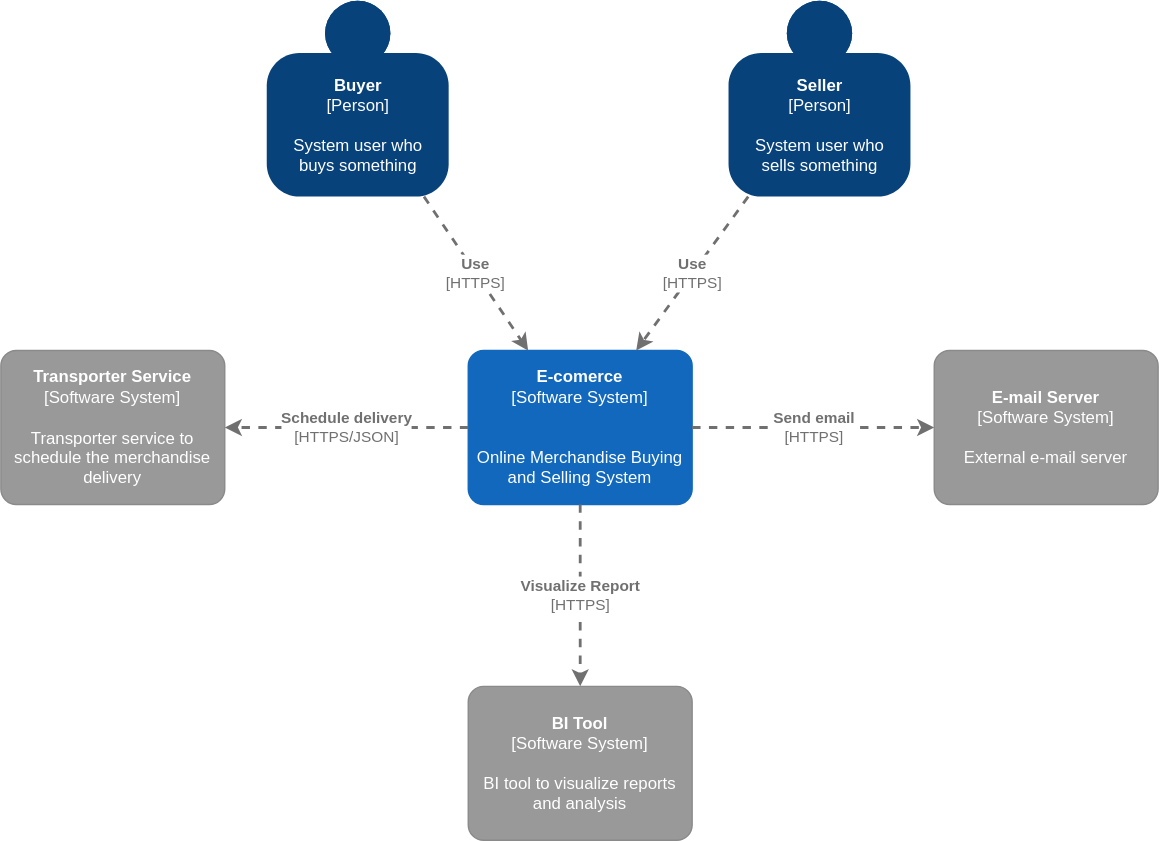
gsdenys/ecomerce-microservice-example keeps this draw.io diagram as docs/images/arch/context.drawio.svg. Above is the earlier version. Source tidied: cells renumbered, new cells last; positions are measured from the earlier drawing's top-left corner, leaving out a move shared by most shapes.
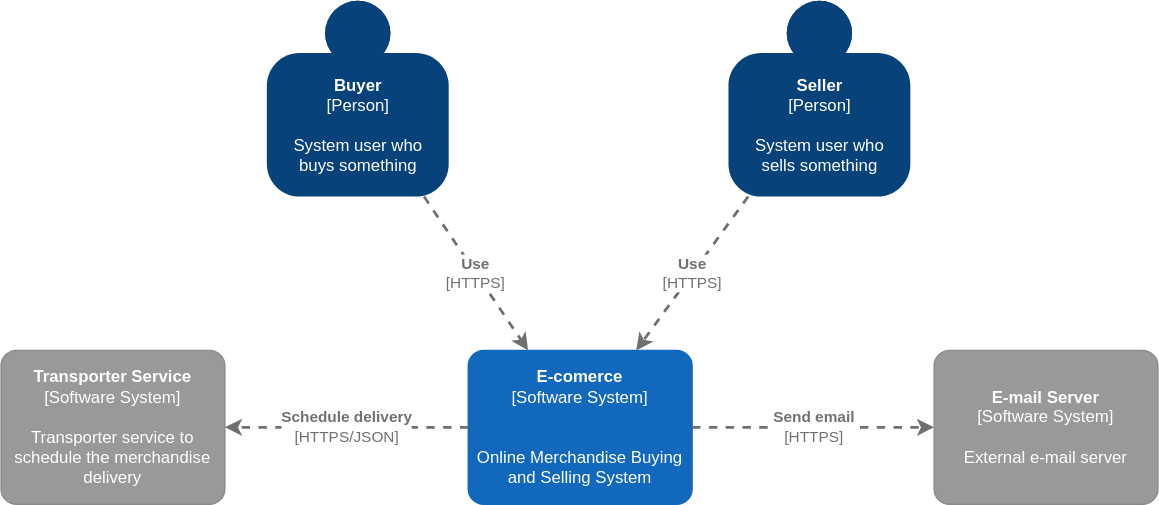
The same diagram one commit later.

Change to the diagram source:
```diff
@@ -47,15 +47,5 @@
         <mxGeometry relative="1" as="geometry" />
       </mxCell>
     </object>
-    <object id="11" label="&lt;b&gt;%c4Name%&lt;/b&gt;&lt;div&gt;[%c4Type%]&lt;/div&gt;&lt;br&gt;&lt;div&gt;%c4Description%&lt;/div&gt;" c4Description="BI tool to visualize reports and analysis" c4Name="BI Tool" c4Type="Software System" placeholders="1">
-      <mxCell style="rounded=1;whiteSpace=wrap;html=1;labelBackgroundColor=none;fillColor=#999999;fontColor=#ffffff;align=center;arcSize=10;strokeColor=#8A8A8A;metaData={&quot;c4Type&quot;:{&quot;editable&quot;:false}};points=[[0.25,0,0],[0.5,0,0],[0.75,0,0],[1,0.25,0],[1,0.5,0],[1,0.75,0],[0.75,1,0],[0.5,1,0],[0.25,1,0],[0,0.75,0],[0,0.5,0],[0,0.25,0]];" parent="1" vertex="1">
-        <mxGeometry x="334" y="490" width="160" height="110" as="geometry" />
-      </mxCell>
-    </object>
-    <object id="12" label="&lt;div style=&quot;text-align: left&quot;&gt;&lt;div style=&quot;text-align: center&quot;&gt;&lt;b&gt;%c4Description%&lt;/b&gt;&lt;/div&gt;&lt;div style=&quot;text-align: center&quot;&gt;[%c4Technology%]&lt;/div&gt;&lt;/div&gt;" c4Description="Visualize Report" c4Technology="HTTPS" c4Type="Relationship" placeholders="1">
-      <mxCell style="edgeStyle=none;rounded=0;html=1;jettySize=auto;strokeColor=#707070;strokeWidth=2;fontColor=#707070;jumpStyle=none;dashed=1;metaData={&quot;c4Type&quot;:{&quot;editable&quot;:false}};" parent="1" edge="1" source="4" target="11">
-        <mxGeometry relative="1" as="geometry" />
-      </mxCell>
-    </object>
   </root>
 </mxGraphModel>
```
